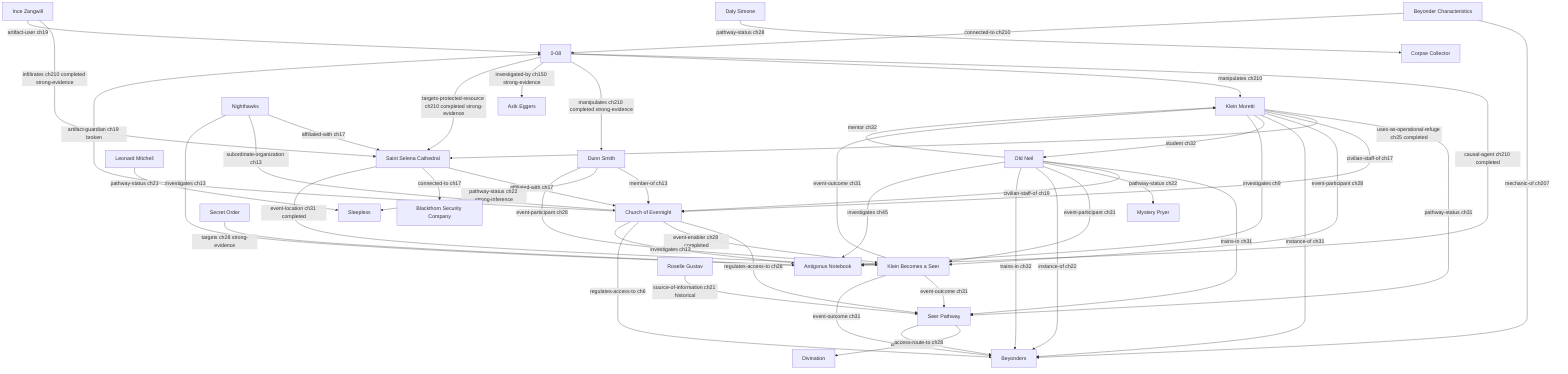
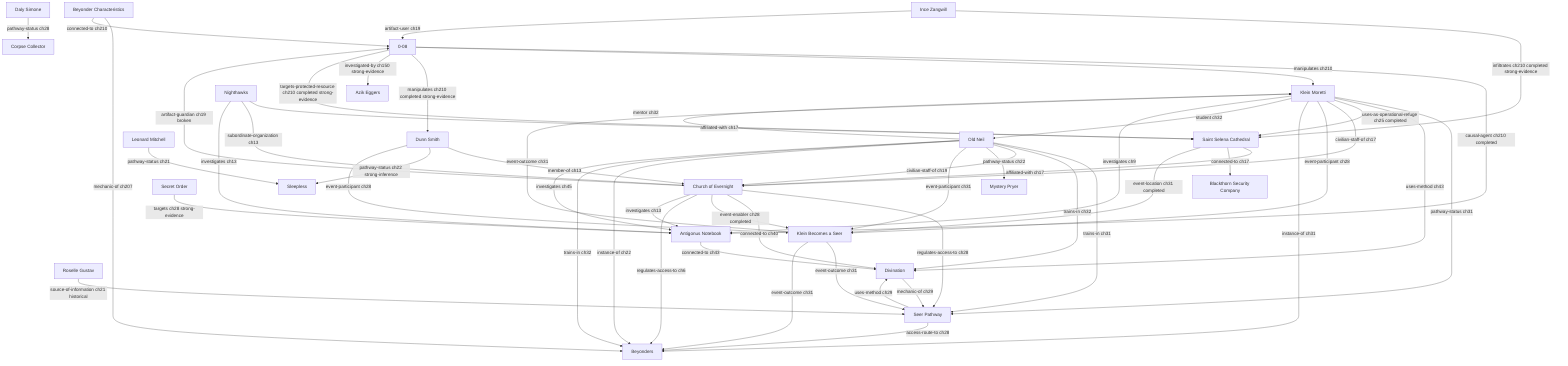
graph TD
  artifact_0_08["0-08"]
  artifact_antigonus_notebook["Antigonus Notebook"]
  character_azik_eggers["Azik Eggers"]
  character_daly_simone["Daly Simone"]
  character_dunn_smith["Dunn Smith"]
  character_ince_zangwill["Ince Zangwill"]
  character_klein_moretti["Klein Moretti"]
  character_leonard_mitchell["Leonard Mitchell"]
  character_old_neil["Old Neil"]
  character_roselle_gustav["Roselle Gustav"]
  concept_beyonder_characteristics["Beyonder Characteristics"]
  concept_beyonders["Beyonders"]
  concept_divination["Divination"]
  event_klein_becomes_a_seer["Klein Becomes a Seer"]
  faction_church_of_evernight["Church of Evernight"]
  faction_nighthawks["Nighthawks"]
  faction_secret_order["Secret Order"]
  location_blackthorn_security_company["Blackthorn Security Company"]
  location_saint_selena_cathedral["Saint Selena Cathedral"]
  pathway_corpse_collector["Corpse Collector"]
  pathway_mystery_pryer["Mystery Pryer"]
  pathway_seer["Seer Pathway"]
  pathway_sleepless["Sleepless"]

  character_klein_moretti -->|pathway-status ch31| pathway_seer
  event_klein_becomes_a_seer -->|event-outcome ch31| pathway_seer
  faction_church_of_evernight -->|regulates-access-to ch28| pathway_seer
  character_old_neil -->|trains-in ch31| pathway_seer
  character_roselle_gustav -->|source-of-information ch21 historical| pathway_seer
  pathway_seer -->|uses-method ch29| concept_divination
+   concept_divination -->|mechanic-of ch29| pathway_seer
+   character_old_neil -->|trains-in ch32| concept_divination
+   character_klein_moretti -->|uses-method ch43| concept_divination
+   faction_church_of_evernight -->|connected-to ch40| concept_divination
+   artifact_antigonus_notebook -->|connected-to ch43| concept_divination
  pathway_seer -->|access-route-to ch28| concept_beyonders
  location_saint_selena_cathedral -->|affiliated-with ch17| faction_church_of_evernight
  faction_nighthawks -->|affiliated-with ch17| location_saint_selena_cathedral
  character_klein_moretti -->|uses-as-operational-refuge ch25 completed| location_saint_selena_cathedral
  location_saint_selena_cathedral -->|connected-to ch17| location_blackthorn_security_company
  location_saint_selena_cathedral -->|event-location ch31 completed| event_klein_becomes_a_seer
  character_ince_zangwill -->|infiltrates ch210 completed strong-evidence| location_saint_selena_cathedral
  faction_nighthawks -->|subordinate-organization ch13| faction_church_of_evernight
  character_klein_moretti -->|civilian-staff-of ch17| faction_church_of_evernight
  character_dunn_smith -->|member-of ch13| faction_church_of_evernight
  character_old_neil -->|civilian-staff-of ch19| faction_church_of_evernight
  faction_church_of_evernight -->|artifact-guardian ch19 broken| artifact_0_08
  character_leonard_mitchell -->|pathway-status ch21| pathway_sleepless
  character_dunn_smith -->|pathway-status ch22 strong-inference| pathway_sleepless
  character_old_neil -->|pathway-status ch22| pathway_mystery_pryer
  faction_church_of_evernight -->|event-enabler ch28 completed| event_klein_becomes_a_seer
  faction_church_of_evernight -->|regulates-access-to ch6| concept_beyonders
  character_daly_simone -->|pathway-status ch28| pathway_corpse_collector
  character_klein_moretti -->|event-participant ch28| event_klein_becomes_a_seer
  character_old_neil -->|event-participant ch31| event_klein_becomes_a_seer
  character_dunn_smith -->|event-participant ch28| event_klein_becomes_a_seer
  event_klein_becomes_a_seer -->|event-outcome ch31| character_klein_moretti
  concept_beyonder_characteristics -->|mechanic-of ch207| concept_beyonders
  concept_beyonder_characteristics -->|connected-to ch210| artifact_0_08
  character_klein_moretti -->|instance-of ch31| concept_beyonders
  event_klein_becomes_a_seer -->|event-outcome ch31| concept_beyonders
  character_old_neil -->|instance-of ch22| concept_beyonders
  character_old_neil -->|trains-in ch32| concept_beyonders
  character_old_neil -->|mentor ch32| character_klein_moretti
  character_klein_moretti -->|student ch32| character_old_neil
  character_ince_zangwill -->|artifact-user ch19| artifact_0_08
  faction_church_of_evernight -->|investigates ch13| artifact_antigonus_notebook
  character_klein_moretti -->|investigates ch9| artifact_antigonus_notebook
  faction_nighthawks -->|investigates ch13| artifact_antigonus_notebook
  character_old_neil -->|investigates ch45| artifact_antigonus_notebook
  faction_secret_order -->|targets ch28 strong-evidence| artifact_antigonus_notebook
  artifact_0_08 -->|causal-agent ch210 completed| artifact_antigonus_notebook
  artifact_0_08 -->|manipulates ch210| character_klein_moretti
  artifact_0_08 -->|manipulates ch210 completed strong-evidence| character_dunn_smith
  artifact_0_08 -->|investigated-by ch150 strong-evidence| character_azik_eggers
  artifact_0_08 -->|targets-protected-resource ch210 completed strong-evidence| location_saint_selena_cathedral
